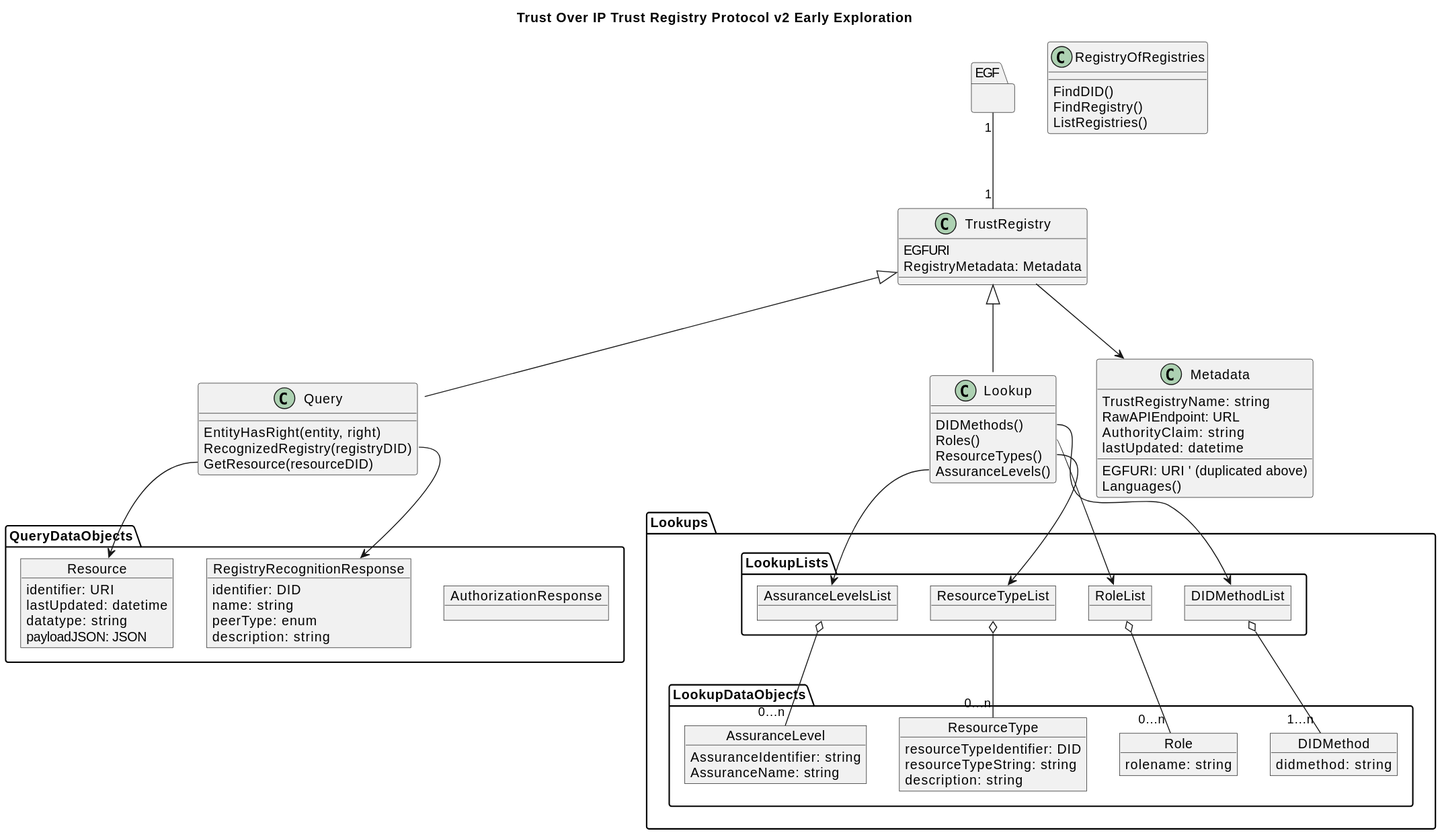
Earlier version of the PlantUML export out/v2/logical/highlevel/highlevel.svg (trustoverip/tswg-trust-registry-tf).
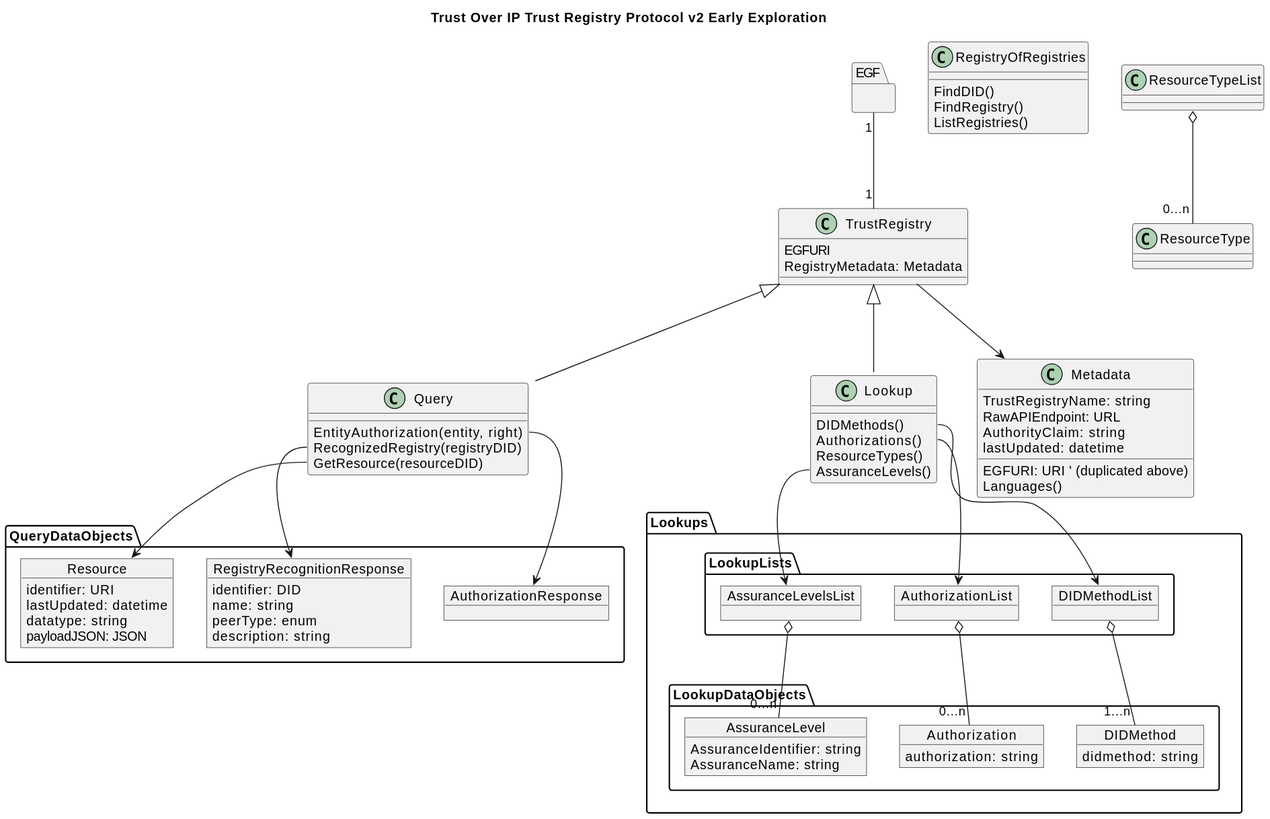
The same diagram one commit later.

Commit message:
cleanup; Authorization (not Right)

What changed in the source:
```diff
@@ -22,14 +22,14 @@
 }
 
 class Query {
-    EntityHasRight(entity, right)
+    EntityAuthorization(entity, right)
     RecognizedRegistry(registryDID)
     GetResource(resourceDID)
 }
 
 class Lookup {
     DIDMethods()
-    Roles()
+    Authorizations()
     ResourceTypes()
     AssuranceLevels()
 }
@@ -72,8 +72,7 @@
 package Lookups {
     package LookupLists {
         object DIDMethodList
-        object RoleList
-        object ResourceTypeList
+        object AuthorizationList
 
         object AssuranceLevelsList
 
@@ -85,16 +84,10 @@
         object DIDMethod {
             didmethod: string
         }
-        object Role {
-            rolename: string
+        object Authorization {
+            authorization: string
         }
 
-
-        object ResourceType {
-            resourceTypeIdentifier: DID
-            resourceTypeString: string
-            description: string
-        }
         object AssuranceLevel {
             AssuranceIdentifier: string
             AssuranceName: string
@@ -107,15 +100,14 @@
 
 
 
-
+Query::EntityAuthorization --> AuthorizationResponse
 Query::GetResource --> Resource
 Query::RecognizedRegistry --> RegistryRecognitionResponse
 
 
 Lookup::DIDMethods --> DIDMethodList
-Lookup::Roles --> RoleList
+Lookup::Authorizations --> AuthorizationList
 
-Lookup::ResourceTypes --> ResourceTypeList
 Lookup::AssuranceLevels --> AssuranceLevelsList
 
 TrustRegistry --> Metadata
@@ -123,7 +115,7 @@
 
 
 DIDMethodList o-- "1...n" DIDMethod
-RoleList o-- "0...n" Role
+AuthorizationList o-- "0...n" Authorization
 ResourceTypeList o-- "0...n" ResourceType
 
 
```
